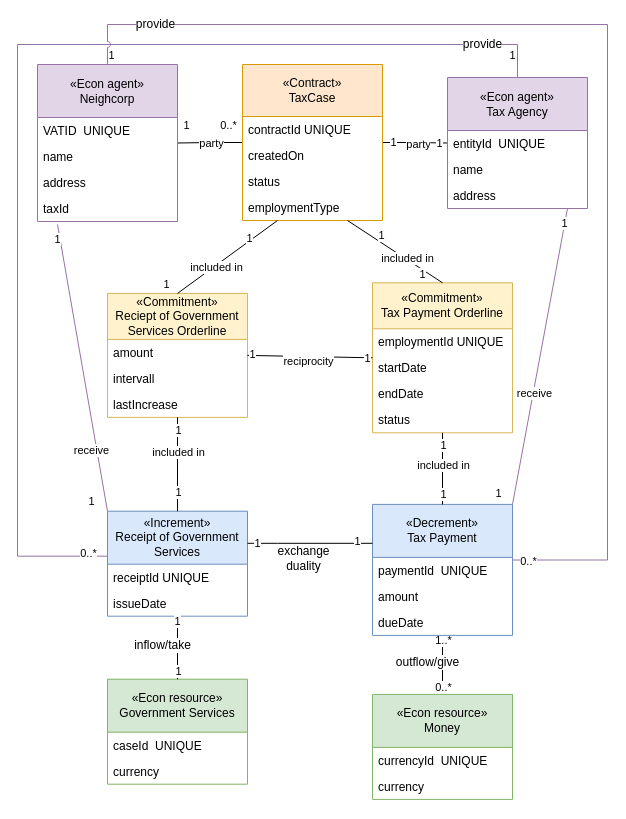
Above: page "Tax Exchange" (7 of 13) of media/IS1_Project_REA.drawio in tudwiglemmel/Neigh-Corp---Golden-Meadows (draw.io), before the change. Source tidied: cells renumbered, new cells numbered last; positions are measured from the earlier drawing's top-left corner, leaving out a move shared by most shapes. Both pictures are drawn from the tidied source at 100%, with x=0, y=0 at pixel (17, 24).
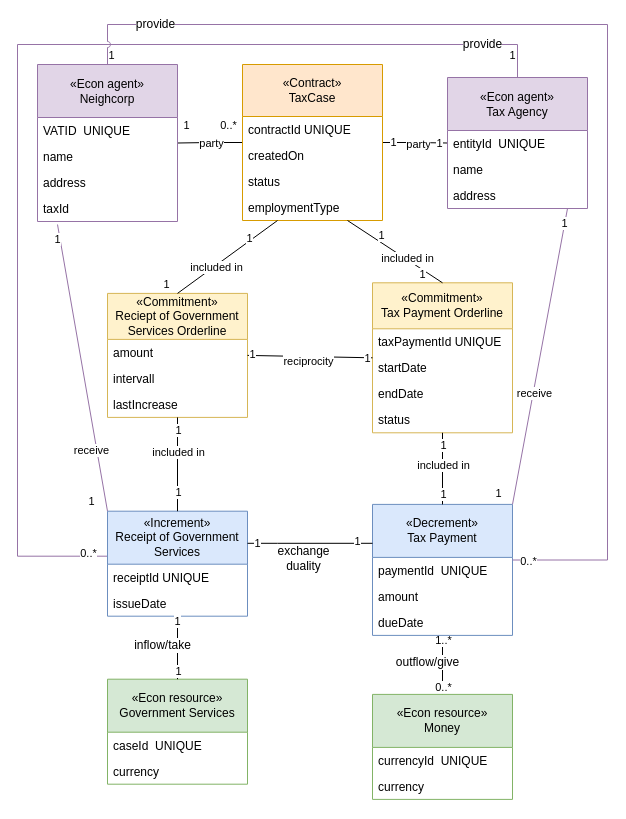
Above is the later version.

The change refers to these unchanged cells:
```xml
<mxCell id="56" value="«Commitment»&lt;div&gt;Tax Payment Orderline&lt;/div&gt;" style="whiteSpace=wrap;html=1;fillColor=#fff2cc;strokeColor=#d6b656;shape=swimlane;fontStyle=0;startSize=46;horizontal=1;align=center;verticalAlign=middle;fontFamily=Helvetica;fontSize=12;fontColor=default;" parent="1" vertex="1">
  <mxGeometry x="355" y="258.3" width="140" height="150" as="geometry" />
</mxCell>
```

What changed in the source:
```diff
@@
-    <mxCell id="57" value="employmentId UNIQUE" style="text;strokeColor=none;fillColor=none;align=left;verticalAlign=top;spacingLeft=4;spacingRight=4;overflow=hidden;whiteSpace=wrap;html=1;" parent="56" vertex="1">
+    <mxCell id="57" value="taxPaymentId UNIQUE" style="text;strokeColor=none;fillColor=none;align=left;verticalAlign=top;spacingLeft=4;spacingRight=4;overflow=hidden;whiteSpace=wrap;html=1;" parent="56" vertex="1">
       <mxGeometry y="46" width="140" height="26" as="geometry" />
     </mxCell>
```
